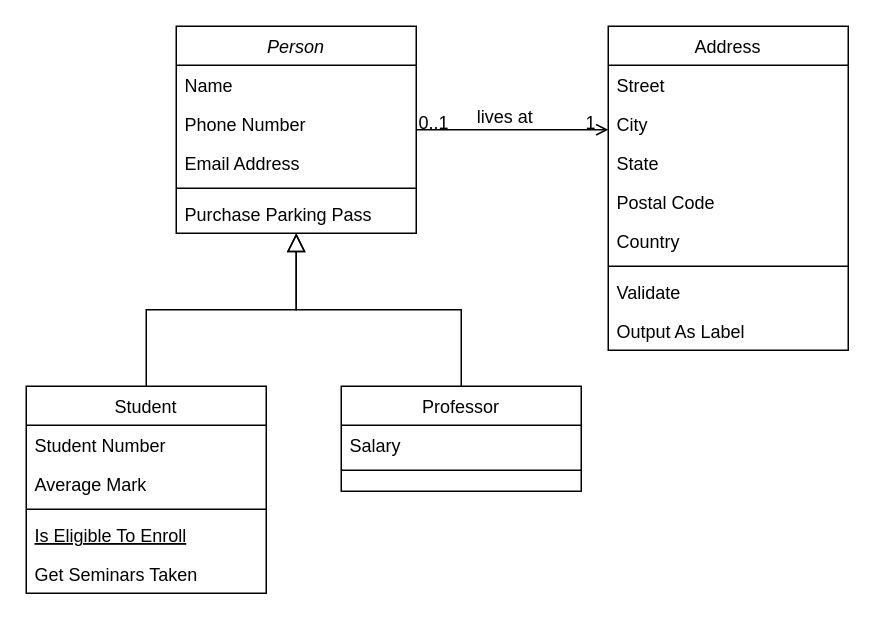
JJOC3S/P.I.S. keeps this draw.io diagram as ProyectoInegradorDeSaberes.drawio. Above is the earlier version. Source tidied: cells renumbered, new cells numbered last; positions are measured from the earlier drawing's top-left corner, leaving out a move shared by most shapes. Both pictures are drawn from the tidied source at 150%, with x=0, y=0 at pixel (26, 26).
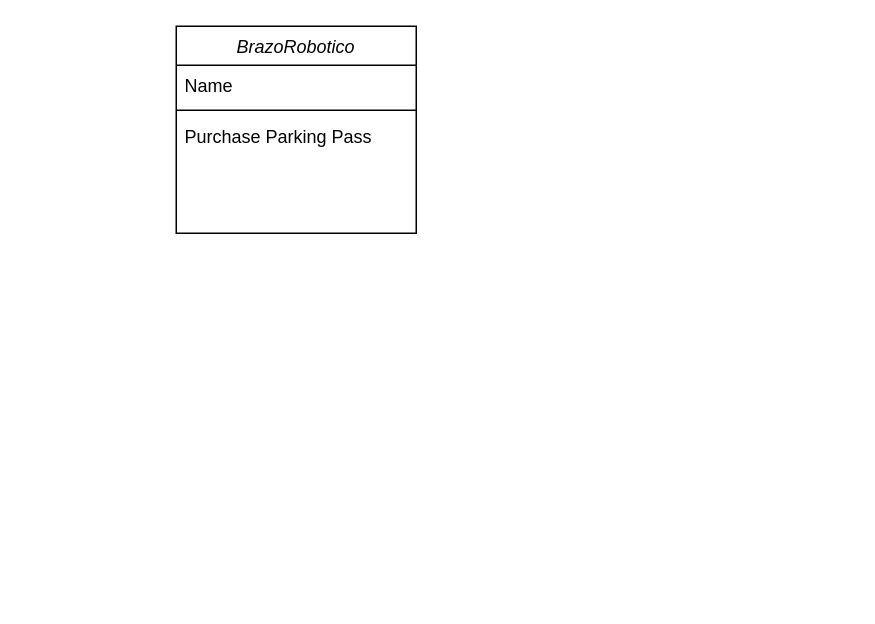
After the change.

What changed in the source:
```diff
@@
-    <mxCell id="2" value="Person" style="swimlane;fontStyle=2;align=center;verticalAlign=top;horizontal=1;startSize=26;rounded=0;shadow=0;strokeWidth=1;" parent="1" vertex="1">
+    <mxCell id="2" value="BrazoRobotico" style="swimlane;fontStyle=2;align=center;verticalAlign=top;horizontal=1;startSize=26;rounded=0;shadow=0;strokeWidth=1;" parent="1" vertex="1">
       <mxGeometry x="100" width="160" height="138" as="geometry" />
     </mxCell>
@@
-    <mxCell id="4" value="Phone Number" style="text;align=left;verticalAlign=top;spacingLeft=4;spacingRight=4;overflow=hidden;rounded=0;shadow=0;html=0;" parent="2" vertex="1">
-      <mxGeometry y="52" width="160" height="26" as="geometry" />
-    </mxCell>
-    <mxCell id="5" value="Email Address" style="text;align=left;verticalAlign=top;spacingLeft=4;spacingRight=4;overflow=hidden;rounded=0;shadow=0;html=0;" parent="2" vertex="1">
-      <mxGeometry y="78" width="160" height="26" as="geometry" />
-    </mxCell>
     <mxCell id="6" style="line;html=1;strokeWidth=1;align=left;verticalAlign=middle;spacingTop=-1;spacingLeft=3;spacingRight=3;labelPosition=right;" parent="2" vertex="1">
-      <mxGeometry y="104" width="160" height="8" as="geometry" />
+      <mxGeometry y="52" width="160" height="8" as="geometry" />
     </mxCell>
     <mxCell id="7" value="Purchase Parking Pass" style="text;align=left;verticalAlign=top;spacingLeft=4;spacingRight=4;overflow=hidden;" parent="2" vertex="1">
-      <mxGeometry y="112" width="160" height="26" as="geometry" />
+      <mxGeometry y="60" width="160" height="26" as="geometry" />
     </mxCell>
-    <mxCell id="8" value="Student" style="swimlane;fontStyle=0;align=center;verticalAlign=top;horizontal=1;startSize=26;rounded=0;shadow=0;strokeWidth=1;" parent="1" vertex="1">
-      <mxGeometry y="240" width="160" height="138" as="geometry" />
-    </mxCell>
-    <mxCell id="9" value="Student Number" style="text;align=left;verticalAlign=top;spacingLeft=4;spacingRight=4;overflow=hidden;" parent="8" vertex="1">
-      <mxGeometry y="26" width="160" height="26" as="geometry" />
-    </mxCell>
-    <mxCell id="10" value="Average Mark" style="text;align=left;verticalAlign=top;spacingLeft=4;spacingRight=4;overflow=hidden;rounded=0;shadow=0;html=0;" parent="8" vertex="1">
-      <mxGeometry y="52" width="160" height="26" as="geometry" />
-    </mxCell>
-    <mxCell id="11" style="line;html=1;strokeWidth=1;align=left;verticalAlign=middle;spacingTop=-1;spacingLeft=3;spacingRight=3;labelPosition=right;" parent="8" vertex="1">
-      <mxGeometry y="78" width="160" height="8" as="geometry" />
-    </mxCell>
-    <mxCell id="12" value="Is Eligible To Enroll" style="text;align=left;verticalAlign=top;spacingLeft=4;spacingRight=4;overflow=hidden;fontStyle=4;" parent="8" vertex="1">
-      <mxGeometry y="86" width="160" height="26" as="geometry" />
-    </mxCell>
-    <mxCell id="13" value="Get Seminars Taken" style="text;align=left;verticalAlign=top;spacingLeft=4;spacingRight=4;overflow=hidden;" parent="8" vertex="1">
-      <mxGeometry y="112" width="160" height="26" as="geometry" />
-    </mxCell>
-    <mxCell id="14" style="endArrow=block;endSize=10;endFill=0;shadow=0;strokeWidth=1;rounded=0;curved=0;edgeStyle=elbowEdgeStyle;elbow=vertical;" parent="1" edge="1" source="8" target="2">
-      <mxGeometry relative="1" as="geometry" />
-    </mxCell>
-    <mxCell id="15" value="Professor" style="swimlane;fontStyle=0;align=center;verticalAlign=top;horizontal=1;startSize=26;rounded=0;shadow=0;strokeWidth=1;" parent="1" vertex="1">
-      <mxGeometry x="210" y="240" width="160" height="70" as="geometry" />
-    </mxCell>
-    <mxCell id="16" value="Salary" style="text;align=left;verticalAlign=top;spacingLeft=4;spacingRight=4;overflow=hidden;" parent="15" vertex="1">
-      <mxGeometry y="26" width="160" height="26" as="geometry" />
-    </mxCell>
-    <mxCell id="17" style="line;html=1;strokeWidth=1;align=left;verticalAlign=middle;spacingTop=-1;spacingLeft=3;spacingRight=3;labelPosition=right;" parent="15" vertex="1">
-      <mxGeometry y="52" width="160" height="8" as="geometry" />
-    </mxCell>
-    <mxCell id="18" style="endArrow=block;endSize=10;endFill=0;shadow=0;strokeWidth=1;rounded=0;curved=0;edgeStyle=elbowEdgeStyle;elbow=vertical;" parent="1" edge="1" source="15" target="2">
-      <mxGeometry relative="1" as="geometry" />
-    </mxCell>
-    <mxCell id="19" value="Address" style="swimlane;fontStyle=0;align=center;verticalAlign=top;horizontal=1;startSize=26;rounded=0;shadow=0;strokeWidth=1;" parent="1" vertex="1">
-      <mxGeometry x="388" width="160" height="216" as="geometry" />
-    </mxCell>
-    <mxCell id="20" value="Street" style="text;align=left;verticalAlign=top;spacingLeft=4;spacingRight=4;overflow=hidden;" parent="19" vertex="1">
-      <mxGeometry y="26" width="160" height="26" as="geometry" />
-    </mxCell>
-    <mxCell id="21" value="City" style="text;align=left;verticalAlign=top;spacingLeft=4;spacingRight=4;overflow=hidden;rounded=0;shadow=0;html=0;" parent="19" vertex="1">
-      <mxGeometry y="52" width="160" height="26" as="geometry" />
-    </mxCell>
-    <mxCell id="22" value="State" style="text;align=left;verticalAlign=top;spacingLeft=4;spacingRight=4;overflow=hidden;rounded=0;shadow=0;html=0;" parent="19" vertex="1">
-      <mxGeometry y="78" width="160" height="26" as="geometry" />
-    </mxCell>
-    <mxCell id="23" value="Postal Code" style="text;align=left;verticalAlign=top;spacingLeft=4;spacingRight=4;overflow=hidden;rounded=0;shadow=0;html=0;" parent="19" vertex="1">
-      <mxGeometry y="104" width="160" height="26" as="geometry" />
-    </mxCell>
-    <mxCell id="24" value="Country" style="text;align=left;verticalAlign=top;spacingLeft=4;spacingRight=4;overflow=hidden;rounded=0;shadow=0;html=0;" parent="19" vertex="1">
-      <mxGeometry y="130" width="160" height="26" as="geometry" />
-    </mxCell>
-    <mxCell id="25" style="line;html=1;strokeWidth=1;align=left;verticalAlign=middle;spacingTop=-1;spacingLeft=3;spacingRight=3;labelPosition=right;" parent="19" vertex="1">
-      <mxGeometry y="156" width="160" height="8" as="geometry" />
-    </mxCell>
-    <mxCell id="26" value="Validate" style="text;align=left;verticalAlign=top;spacingLeft=4;spacingRight=4;overflow=hidden;" parent="19" vertex="1">
-      <mxGeometry y="164" width="160" height="26" as="geometry" />
-    </mxCell>
-    <mxCell id="27" value="Output As Label" style="text;align=left;verticalAlign=top;spacingLeft=4;spacingRight=4;overflow=hidden;" parent="19" vertex="1">
-      <mxGeometry y="190" width="160" height="26" as="geometry" />
-    </mxCell>
-    <mxCell id="28" style="endArrow=open;shadow=0;strokeWidth=1;rounded=0;curved=0;endFill=1;edgeStyle=elbowEdgeStyle;elbow=vertical;" parent="1" edge="1" source="2" target="19">
-      <mxGeometry x="0.5" y="41" relative="1" as="geometry">
-        <mxPoint x="-40" y="32" as="offset" />
-      </mxGeometry>
-    </mxCell>
-    <mxCell id="29" value="0..1" style="align=left;verticalAlign=bottom;labelBackgroundColor=none;fontSize=12;" parent="28" vertex="1">
-      <mxGeometry x="-1" relative="1" as="geometry">
-        <mxPoint y="4" as="offset" />
-      </mxGeometry>
-    </mxCell>
-    <mxCell id="30" value="1" style="align=right;verticalAlign=bottom;labelBackgroundColor=none;fontSize=12;" parent="28" vertex="1">
-      <mxGeometry x="1" relative="1" as="geometry">
-        <mxPoint x="-7" y="4" as="offset" />
-      </mxGeometry>
-    </mxCell>
-    <mxCell id="31" value="lives at" style="text;html=1;align=center;verticalAlign=middle;labelBackgroundColor=none;rounded=0;shadow=0;strokeWidth=1;fontSize=12;" parent="28" vertex="1">
-      <mxGeometry x="0.5" y="49" relative="1" as="geometry">
-        <mxPoint x="-38" y="40" as="offset" />
-      </mxGeometry>
-    </mxCell>
```
